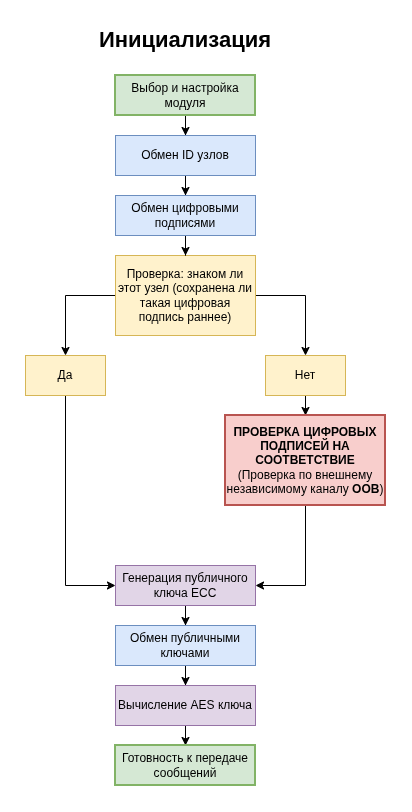
This is docs/diagrams/init-RU.png from igmunv/cryptolayer-base, a draw.io export, as it was before one commit. Source tidied: cells renumbered, new cells last; positions are measured from the earlier drawing's top-left corner, leaving out a move shared by most shapes. Its diagram source:
```xml
<mxGraphModel>
  <root>
    <mxCell id="0" />
    <mxCell id="1" parent="0" />
    <mxCell id="2" style="edgeStyle=orthogonalEdgeStyle;rounded=0;jettySize=auto;html=1;entryX=0.5;entryY=0;entryDx=0;entryDy=0;" parent="1" edge="1" source="3" target="12">
      <mxGeometry relative="1" as="geometry" />
    </mxCell>
    <mxCell id="3" value="Выбор и настройка модуля" style="rounded=0;whiteSpace=wrap;html=1;fillColor=#d5e8d4;strokeColor=#82b366;strokeWidth=2;" parent="1" vertex="1">
      <mxGeometry x="90" y="50" width="140" height="40" as="geometry" />
    </mxCell>
    <mxCell id="4" style="edgeStyle=orthogonalEdgeStyle;rounded=0;jettySize=auto;html=1;entryX=0.5;entryY=0;entryDx=0;entryDy=0;" parent="1" edge="1" source="5" target="7">
      <mxGeometry relative="1" as="geometry" />
    </mxCell>
    <mxCell id="5" value="Генерация публичного ключа ECC" style="rounded=0;whiteSpace=wrap;html=1;fillColor=#e1d5e7;strokeColor=#9673a6;" parent="1" vertex="1">
      <mxGeometry x="90" y="540" width="140" height="40" as="geometry" />
    </mxCell>
    <mxCell id="6" style="edgeStyle=orthogonalEdgeStyle;rounded=0;jettySize=auto;html=1;entryX=0.5;entryY=0;entryDx=0;entryDy=0;" parent="1" edge="1" source="7" target="9">
      <mxGeometry relative="1" as="geometry" />
    </mxCell>
    <mxCell id="7" value="Обмен публичными ключами" style="rounded=0;whiteSpace=wrap;html=1;fillColor=#dae8fc;strokeColor=#6c8ebf;" parent="1" vertex="1">
      <mxGeometry x="90" y="600" width="140" height="40" as="geometry" />
    </mxCell>
    <mxCell id="8" style="edgeStyle=orthogonalEdgeStyle;rounded=0;jettySize=auto;html=1;entryX=0.5;entryY=0;entryDx=0;entryDy=0;" parent="1" edge="1" source="9" target="10">
      <mxGeometry relative="1" as="geometry" />
    </mxCell>
    <mxCell id="9" value="Вычисление AES ключа" style="rounded=0;whiteSpace=wrap;html=1;fillColor=#e1d5e7;strokeColor=#9673a6;" parent="1" vertex="1">
      <mxGeometry x="90" y="660" width="140" height="40" as="geometry" />
    </mxCell>
    <mxCell id="10" value="Готовность к передаче сообщений" style="rounded=0;whiteSpace=wrap;html=1;fillColor=#d5e8d4;strokeColor=#82b366;strokeWidth=2;" parent="1" vertex="1">
      <mxGeometry x="90" y="720" width="140" height="40" as="geometry" />
    </mxCell>
    <mxCell id="11" style="edgeStyle=orthogonalEdgeStyle;rounded=0;jettySize=auto;html=1;entryX=0.5;entryY=0;entryDx=0;entryDy=0;" parent="1" edge="1" source="12" target="22">
      <mxGeometry relative="1" as="geometry" />
    </mxCell>
    <mxCell id="12" value="Обмен ID узлов" style="rounded=0;whiteSpace=wrap;html=1;fillColor=#dae8fc;strokeColor=#6c8ebf;" parent="1" vertex="1">
      <mxGeometry x="90" y="110" width="140" height="40" as="geometry" />
    </mxCell>
    <mxCell id="13" style="edgeStyle=orthogonalEdgeStyle;rounded=0;jettySize=auto;html=1;entryX=0.5;entryY=0;entryDx=0;entryDy=0;" parent="1" edge="1" source="15" target="24">
      <mxGeometry relative="1" as="geometry" />
    </mxCell>
    <mxCell id="14" style="edgeStyle=orthogonalEdgeStyle;rounded=0;jettySize=auto;html=1;entryX=0.5;entryY=0;entryDx=0;entryDy=0;" parent="1" edge="1" source="15" target="17">
      <mxGeometry relative="1" as="geometry" />
    </mxCell>
    <mxCell id="15" value="Проверка: знаком ли этот узел (сохранена ли такая цифровая подпись раннее)" style="rounded=0;whiteSpace=wrap;html=1;fillColor=#fff2cc;strokeColor=#d6b656;" parent="1" vertex="1">
      <mxGeometry x="90" y="230" width="140" height="80" as="geometry" />
    </mxCell>
    <mxCell id="16" style="edgeStyle=orthogonalEdgeStyle;rounded=0;jettySize=auto;html=1;entryX=0.5;entryY=0;entryDx=0;entryDy=0;" parent="1" edge="1" source="17" target="19">
      <mxGeometry relative="1" as="geometry" />
    </mxCell>
    <mxCell id="17" value="Нет" style="rounded=0;whiteSpace=wrap;html=1;fillColor=#fff2cc;strokeColor=#d6b656;" parent="1" vertex="1">
      <mxGeometry x="240" y="330" width="80" height="40" as="geometry" />
    </mxCell>
    <mxCell id="18" style="edgeStyle=orthogonalEdgeStyle;rounded=0;jettySize=auto;html=1;entryX=1;entryY=0.5;entryDx=0;entryDy=0;" parent="1" edge="1" source="19" target="5">
      <mxGeometry relative="1" as="geometry" />
    </mxCell>
    <mxCell id="19" value="&lt;b&gt;ПРОВЕРКА ЦИФРОВЫХ ПОДПИСЕЙ НА СООТВЕТСТВИЕ&lt;/b&gt;&lt;br&gt;(Проверка по внешнему независимому каналу &lt;b&gt;OOB&lt;/b&gt;)" style="rounded=0;whiteSpace=wrap;html=1;fillColor=#f8cecc;strokeColor=#b85450;strokeWidth=2;" parent="1" vertex="1">
      <mxGeometry x="200" y="390" width="160" height="90" as="geometry" />
    </mxCell>
    <mxCell id="20" value="Инициализация" style="text;html=1;whiteSpace=wrap;strokeColor=none;fillColor=none;align=center;verticalAlign=middle;rounded=0;fontStyle=1;fontSize=22;" parent="1" vertex="1">
      <mxGeometry x="10" width="300" height="30" as="geometry" />
    </mxCell>
    <mxCell id="21" style="edgeStyle=orthogonalEdgeStyle;rounded=0;jettySize=auto;html=1;entryX=0.5;entryY=0;entryDx=0;entryDy=0;" parent="1" edge="1" source="22" target="15">
      <mxGeometry relative="1" as="geometry" />
    </mxCell>
    <mxCell id="22" value="Обмен цифровыми подписями" style="rounded=0;whiteSpace=wrap;html=1;fillColor=#dae8fc;strokeColor=#6c8ebf;" parent="1" vertex="1">
      <mxGeometry x="90" y="170" width="140" height="40" as="geometry" />
    </mxCell>
    <mxCell id="23" style="edgeStyle=orthogonalEdgeStyle;rounded=0;jettySize=auto;html=1;entryX=0;entryY=0.5;entryDx=0;entryDy=0;" parent="1" edge="1" source="24" target="5">
      <mxGeometry relative="1" as="geometry">
        <Array as="points">
          <mxPoint x="40" y="560" />
        </Array>
      </mxGeometry>
    </mxCell>
    <mxCell id="24" value="Да" style="rounded=0;whiteSpace=wrap;html=1;fillColor=#fff2cc;strokeColor=#d6b656;" parent="1" vertex="1">
      <mxGeometry y="330" width="80" height="40" as="geometry" />
    </mxCell>
  </root>
</mxGraphModel>
```
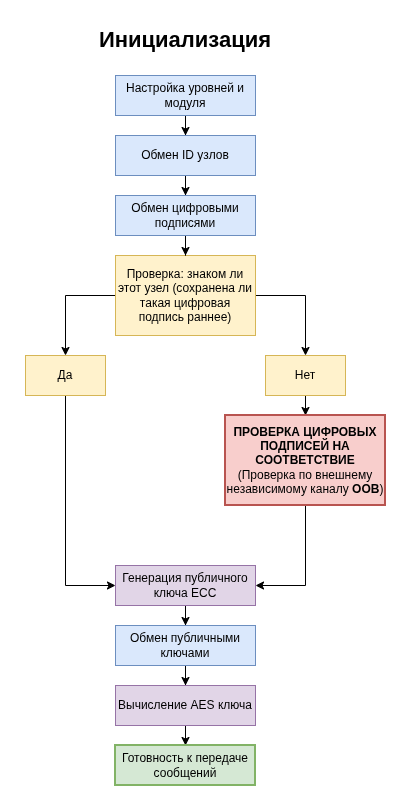
The same diagram one commit later.

The edit, as a diff of the source:
```diff
@@ -5,7 +5,7 @@
     <mxCell id="2" style="edgeStyle=orthogonalEdgeStyle;rounded=0;jettySize=auto;html=1;entryX=0.5;entryY=0;entryDx=0;entryDy=0;" parent="1" edge="1" source="3" target="12">
       <mxGeometry relative="1" as="geometry" />
     </mxCell>
-    <mxCell id="3" value="Выбор и настройка модуля" style="rounded=0;whiteSpace=wrap;html=1;fillColor=#d5e8d4;strokeColor=#82b366;strokeWidth=2;" parent="1" vertex="1">
+    <mxCell id="3" value="Настройка уровней и модуля" style="rounded=0;whiteSpace=wrap;html=1;fillColor=#dae8fc;strokeColor=#6c8ebf;strokeWidth=1;" parent="1" vertex="1">
       <mxGeometry x="90" y="50" width="140" height="40" as="geometry" />
     </mxCell>
     <mxCell id="4" style="edgeStyle=orthogonalEdgeStyle;rounded=0;jettySize=auto;html=1;entryX=0.5;entryY=0;entryDx=0;entryDy=0;" parent="1" edge="1" source="5" target="7">
```
